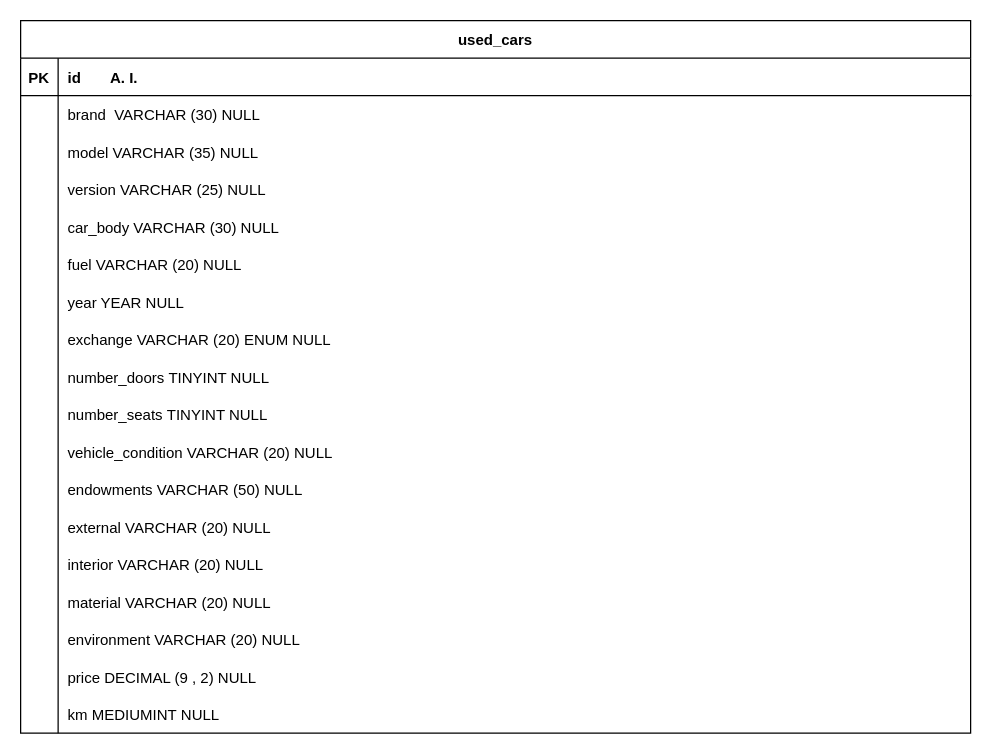
This is db.drawio from AlessandroPagliuca/db-first, a draw.io file, before an edit. Source tidied: cells renumbered, new cells numbered last; positions are measured from the earlier drawing's top-left corner, leaving out a move shared by most shapes. Both pictures are drawn from the tidied source at 125%, with x=0, y=0 at pixel (20, 20).
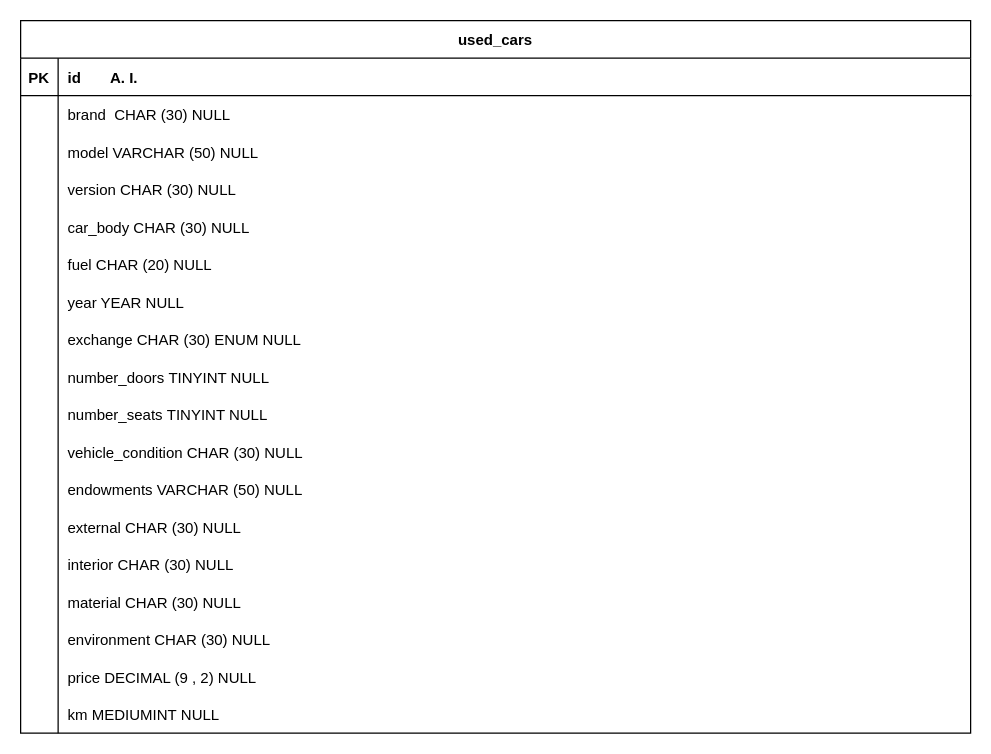
Above is the later version.

Commit message:
changed VARCHAR TO CHAR where characters are <= 30

Unchanged cells that the change refers to:
```xml
<mxCell id="6" style="shape=tableRow;horizontal=0;startSize=0;swimlaneHead=0;swimlaneBody=0;fillColor=none;top=0;left=0;right=0;bottom=0;" parent="2" vertex="1">
  <mxGeometry y="60" width="760" height="30" as="geometry" />
</mxCell>
<mxCell id="9" style="shape=tableRow;horizontal=0;startSize=0;swimlaneHead=0;swimlaneBody=0;fillColor=none;top=0;left=0;right=0;bottom=0;" parent="2" vertex="1">
  <mxGeometry y="90" width="760" height="30" as="geometry" />
</mxCell>
<mxCell id="12" style="shape=tableRow;horizontal=0;startSize=0;swimlaneHead=0;swimlaneBody=0;fillColor=none;top=0;left=0;right=0;bottom=0;" parent="2" vertex="1">
  <mxGeometry y="120" width="760" height="30" as="geometry" />
</mxCell>
<mxCell id="15" style="shape=tableRow;horizontal=0;startSize=0;swimlaneHead=0;swimlaneBody=0;fillColor=none;top=0;left=0;right=0;bottom=0;" parent="2" vertex="1">
  <mxGeometry y="150" width="760" height="30" as="geometry" />
</mxCell>
<mxCell id="18" style="shape=tableRow;horizontal=0;startSize=0;swimlaneHead=0;swimlaneBody=0;fillColor=none;top=0;left=0;right=0;bottom=0;" parent="2" vertex="1">
  <mxGeometry y="180" width="760" height="30" as="geometry" />
</mxCell>
<mxCell id="24" style="shape=tableRow;horizontal=0;startSize=0;swimlaneHead=0;swimlaneBody=0;fillColor=none;top=0;left=0;right=0;bottom=0;" parent="2" vertex="1">
  <mxGeometry y="240" width="760" height="30" as="geometry" />
</mxCell>
<mxCell id="33" style="shape=tableRow;horizontal=0;startSize=0;swimlaneHead=0;swimlaneBody=0;fillColor=none;top=0;left=0;right=0;bottom=0;" parent="2" vertex="1">
  <mxGeometry y="330" width="760" height="30" as="geometry" />
</mxCell>
<mxCell id="39" style="shape=tableRow;horizontal=0;startSize=0;swimlaneHead=0;swimlaneBody=0;fillColor=none;top=0;left=0;right=0;bottom=0;" parent="2" vertex="1">
  <mxGeometry y="390" width="760" height="30" as="geometry" />
</mxCell>
<mxCell id="42" style="shape=tableRow;horizontal=0;startSize=0;swimlaneHead=0;swimlaneBody=0;fillColor=none;top=0;left=0;right=0;bottom=0;" parent="2" vertex="1">
  <mxGeometry y="420" width="760" height="30" as="geometry" />
</mxCell>
<mxCell id="45" style="shape=tableRow;horizontal=0;startSize=0;swimlaneHead=0;swimlaneBody=0;fillColor=none;top=0;left=0;right=0;bottom=0;" parent="2" vertex="1">
  <mxGeometry y="450" width="760" height="30" as="geometry" />
</mxCell>
<mxCell id="48" style="shape=tableRow;horizontal=0;startSize=0;swimlaneHead=0;swimlaneBody=0;fillColor=none;top=0;left=0;right=0;bottom=0;" parent="2" vertex="1">
  <mxGeometry y="480" width="760" height="30" as="geometry" />
</mxCell>
```

Change to the diagram source:
```diff
@@
-    <mxCell id="8" value="brand  VARCHAR (30) NULL" style="shape=partialRectangle;fillColor=none;top=0;left=0;bottom=0;right=0;align=left;spacingLeft=6;overflow=hidden;" parent="6" vertex="1">
+    <mxCell id="8" value="brand  CHAR (30) NULL" style="shape=partialRectangle;fillColor=none;top=0;left=0;bottom=0;right=0;align=left;spacingLeft=6;overflow=hidden;" parent="6" vertex="1">
       <mxGeometry x="30" width="730" height="30" as="geometry" />
     </mxCell>
@@
-    <mxCell id="11" value="model VARCHAR (35) NULL" style="shape=partialRectangle;fillColor=none;top=0;left=0;bottom=0;right=0;align=left;spacingLeft=6;overflow=hidden;" parent="9" vertex="1">
+    <mxCell id="11" value="model VARCHAR (50) NULL" style="shape=partialRectangle;fillColor=none;top=0;left=0;bottom=0;right=0;align=left;spacingLeft=6;overflow=hidden;" parent="9" vertex="1">
       <mxGeometry x="30" width="730" height="30" as="geometry" />
     </mxCell>
@@
-    <mxCell id="14" value="version VARCHAR (25) NULL" style="shape=partialRectangle;fillColor=none;top=0;left=0;bottom=0;right=0;align=left;spacingLeft=6;overflow=hidden;" parent="12" vertex="1">
+    <mxCell id="14" value="version CHAR (30) NULL" style="shape=partialRectangle;fillColor=none;top=0;left=0;bottom=0;right=0;align=left;spacingLeft=6;overflow=hidden;" parent="12" vertex="1">
       <mxGeometry x="30" width="730" height="30" as="geometry" />
     </mxCell>
@@
-    <mxCell id="17" value="car_body VARCHAR (30) NULL" style="shape=partialRectangle;fillColor=none;top=0;left=0;bottom=0;right=0;align=left;spacingLeft=6;overflow=hidden;" parent="15" vertex="1">
+    <mxCell id="17" value="car_body CHAR (30) NULL" style="shape=partialRectangle;fillColor=none;top=0;left=0;bottom=0;right=0;align=left;spacingLeft=6;overflow=hidden;" parent="15" vertex="1">
       <mxGeometry x="30" width="730" height="30" as="geometry" />
     </mxCell>
@@
-    <mxCell id="20" value="fuel VARCHAR (20) NULL" style="shape=partialRectangle;fillColor=none;top=0;left=0;bottom=0;right=0;align=left;spacingLeft=6;overflow=hidden;" parent="18" vertex="1">
+    <mxCell id="20" value="fuel CHAR (20) NULL" style="shape=partialRectangle;fillColor=none;top=0;left=0;bottom=0;right=0;align=left;spacingLeft=6;overflow=hidden;" parent="18" vertex="1">
       <mxGeometry x="30" width="730" height="30" as="geometry" />
     </mxCell>
@@
-    <mxCell id="26" value="exchange VARCHAR (20) ENUM NULL" style="shape=partialRectangle;fillColor=none;top=0;left=0;bottom=0;right=0;align=left;spacingLeft=6;overflow=hidden;" parent="24" vertex="1">
+    <mxCell id="26" value="exchange CHAR (30) ENUM NULL" style="shape=partialRectangle;fillColor=none;top=0;left=0;bottom=0;right=0;align=left;spacingLeft=6;overflow=hidden;" parent="24" vertex="1">
       <mxGeometry x="30" width="730" height="30" as="geometry" />
     </mxCell>
@@
-    <mxCell id="35" value="vehicle_condition VARCHAR (20) NULL" style="shape=partialRectangle;fillColor=none;top=0;left=0;bottom=0;right=0;align=left;spacingLeft=6;overflow=hidden;" parent="33" vertex="1">
+    <mxCell id="35" value="vehicle_condition CHAR (30) NULL" style="shape=partialRectangle;fillColor=none;top=0;left=0;bottom=0;right=0;align=left;spacingLeft=6;overflow=hidden;" parent="33" vertex="1">
       <mxGeometry x="30" width="730" height="30" as="geometry" />
     </mxCell>
@@
-    <mxCell id="41" value="external VARCHAR (20) NULL" style="shape=partialRectangle;fillColor=none;top=0;left=0;bottom=0;right=0;align=left;spacingLeft=6;overflow=hidden;" parent="39" vertex="1">
+    <mxCell id="41" value="external CHAR (30) NULL" style="shape=partialRectangle;fillColor=none;top=0;left=0;bottom=0;right=0;align=left;spacingLeft=6;overflow=hidden;" parent="39" vertex="1">
       <mxGeometry x="30" width="730" height="30" as="geometry" />
     </mxCell>
@@
-    <mxCell id="44" value="interior VARCHAR (20) NULL" style="shape=partialRectangle;fillColor=none;top=0;left=0;bottom=0;right=0;align=left;spacingLeft=6;overflow=hidden;" parent="42" vertex="1">
+    <mxCell id="44" value="interior CHAR (30) NULL" style="shape=partialRectangle;fillColor=none;top=0;left=0;bottom=0;right=0;align=left;spacingLeft=6;overflow=hidden;" parent="42" vertex="1">
       <mxGeometry x="30" width="730" height="30" as="geometry" />
     </mxCell>
@@
-    <mxCell id="47" value="material VARCHAR (20) NULL" style="shape=partialRectangle;fillColor=none;top=0;left=0;bottom=0;right=0;align=left;spacingLeft=6;overflow=hidden;" parent="45" vertex="1">
+    <mxCell id="47" value="material CHAR (30) NULL" style="shape=partialRectangle;fillColor=none;top=0;left=0;bottom=0;right=0;align=left;spacingLeft=6;overflow=hidden;" parent="45" vertex="1">
       <mxGeometry x="30" width="730" height="30" as="geometry" />
     </mxCell>
@@
-    <mxCell id="50" value="environment VARCHAR (20) NULL" style="shape=partialRectangle;fillColor=none;top=0;left=0;bottom=0;right=0;align=left;spacingLeft=6;overflow=hidden;" parent="48" vertex="1">
+    <mxCell id="50" value="environment CHAR (30) NULL" style="shape=partialRectangle;fillColor=none;top=0;left=0;bottom=0;right=0;align=left;spacingLeft=6;overflow=hidden;" parent="48" vertex="1">
       <mxGeometry x="30" width="730" height="30" as="geometry" />
     </mxCell>
```
